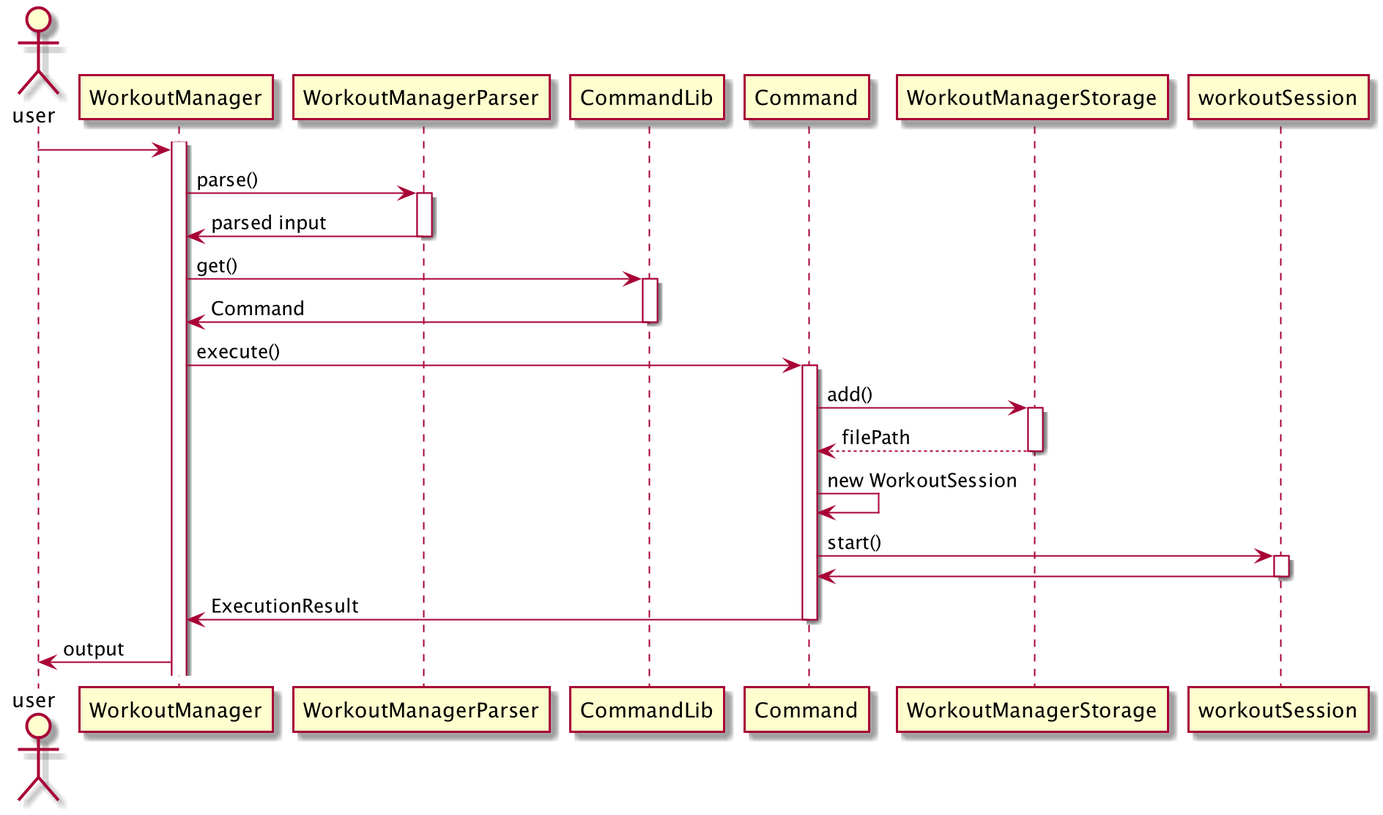
zsk612/tp keeps this PlantUML diagram as docs/pictures/zesong/NewWS.png. Above is the earlier version.
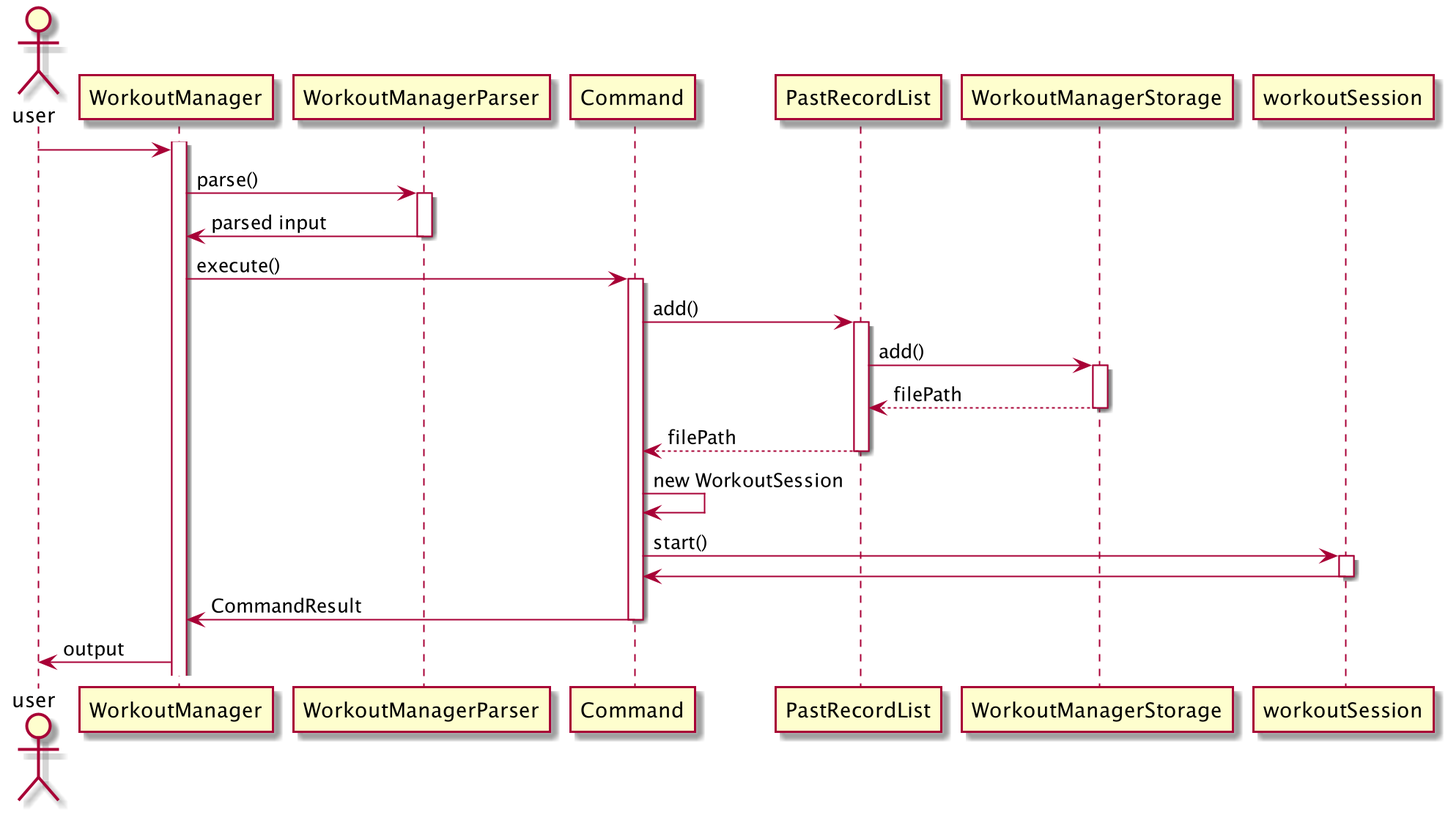
Above is the later version.

Diff of the diagram source:
```diff
@@ -7,18 +7,19 @@
 WorkoutManagerParser -> WorkoutManager : parsed input
 deactivate WorkoutManagerParser
 
-WorkoutManager -> CommandLib : get()
-activate CommandLib
-CommandLib -> WorkoutManager : Command
-deactivate CommandLib
-
 WorkoutManager -> Command : execute()
 activate Command
 
-Command -> WorkoutManagerStorage : add()
+Command -> PastRecordList : add()
+activate PastRecordList
+
+PastRecordList -> WorkoutManagerStorage : add()
 activate WorkoutManagerStorage
-WorkoutManagerStorage --> Command : filePath
+WorkoutManagerStorage --> PastRecordList : filePath
 deactivate WorkoutManagerStorage
+
+PastRecordList --> Command : filePath
+deactivate PastRecordList
 
 Command -> Command : new WorkoutSession
 Command -> workoutSession : start()
@@ -26,7 +27,7 @@
 workoutSession -> Command
 deactivate workoutSession
 
-Command -> WorkoutManager : ExecutionResult
+Command -> WorkoutManager : CommandResult
 deactivate Command
 
 WorkoutManager ->  user : output
```
